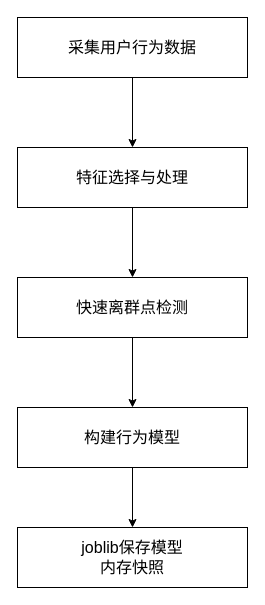
This is testDirectory/行为基线模型训练流程图.drawio from Moose1273/-, a draw.io file, before an edit. Source tidied: cells renumbered, new cells numbered last; positions are measured from the earlier drawing's top-left corner, leaving out a move shared by most shapes. Both pictures are drawn from the tidied source at 100%, with x=0, y=0 at pixel (17, 17).
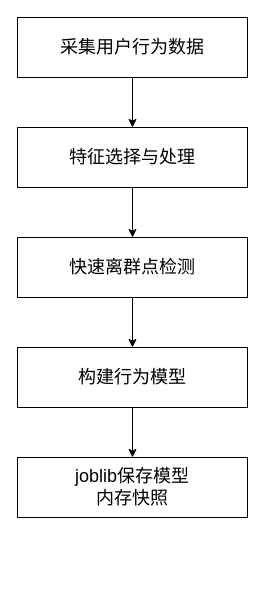
Above is the later version.

Commit message:
更新行为基线模型训练流程图.drawio

The edit, as a diff of the source:
```diff
@@
 <mxGraphModel>
   <root>
     <mxCell id="0" />
     <mxCell id="1" parent="0" />
-    <mxCell id="2" style="edgeStyle=orthogonalEdgeStyle;rounded=0;jettySize=auto;html=1;fontSize=16;" parent="1" edge="1" source="3" target="5">
+    <mxCell id="2" style="edgeStyle=orthogonalEdgeStyle;rounded=0;jettySize=auto;html=1;fontSize=18;" parent="1" edge="1" source="3" target="5">
       <mxGeometry relative="1" as="geometry" />
     </mxCell>
-    <mxCell id="3" value="采集用户行为数据" style="rounded=0;whiteSpace=wrap;html=1;fontSize=16;" parent="1" vertex="1">
+    <mxCell id="3" value="采集用户行为数据" style="rounded=0;whiteSpace=wrap;html=1;fontSize=18;" parent="1" vertex="1">
       <mxGeometry width="230" height="60" as="geometry" />
     </mxCell>
-    <mxCell id="4" style="edgeStyle=orthogonalEdgeStyle;rounded=0;jettySize=auto;html=1;fontSize=16;" parent="1" edge="1" source="5" target="7">
+    <mxCell id="4" style="edgeStyle=orthogonalEdgeStyle;rounded=0;jettySize=auto;html=1;fontSize=18;" parent="1" edge="1" source="5" target="7">
       <mxGeometry relative="1" as="geometry" />
     </mxCell>
-    <mxCell id="5" value="特征选择与处理" style="rounded=0;whiteSpace=wrap;html=1;fontSize=16;" parent="1" vertex="1">
-      <mxGeometry y="130" width="230" height="60" as="geometry" />
+    <mxCell id="5" value="特征选择与处理" style="rounded=0;whiteSpace=wrap;html=1;fontSize=18;" parent="1" vertex="1">
+      <mxGeometry y="110" width="230" height="60" as="geometry" />
     </mxCell>
-    <mxCell id="6" style="edgeStyle=orthogonalEdgeStyle;rounded=0;jettySize=auto;html=1;fontSize=16;" parent="1" edge="1" source="7" target="9">
+    <mxCell id="6" style="edgeStyle=orthogonalEdgeStyle;rounded=0;jettySize=auto;html=1;fontSize=18;" parent="1" edge="1" source="7" target="9">
       <mxGeometry relative="1" as="geometry" />
     </mxCell>
-    <mxCell id="7" value="快速离群点检测" style="rounded=0;whiteSpace=wrap;html=1;fontSize=16;" parent="1" vertex="1">
-      <mxGeometry y="260" width="230" height="60" as="geometry" />
+    <mxCell id="7" value="快速离群点检测" style="rounded=0;whiteSpace=wrap;html=1;fontSize=18;" parent="1" vertex="1">
+      <mxGeometry y="220" width="230" height="60" as="geometry" />
     </mxCell>
-    <mxCell id="8" style="edgeStyle=orthogonalEdgeStyle;rounded=0;jettySize=auto;html=1;fontSize=16;" parent="1" edge="1" source="9" target="10">
+    <mxCell id="8" style="edgeStyle=orthogonalEdgeStyle;rounded=0;jettySize=auto;html=1;fontSize=18;" parent="1" edge="1" source="9" target="10">
       <mxGeometry relative="1" as="geometry" />
     </mxCell>
-    <mxCell id="9" value="构建行为模型" style="rounded=0;whiteSpace=wrap;html=1;fontSize=16;" parent="1" vertex="1">
-      <mxGeometry y="390" width="230" height="60" as="geometry" />
+    <mxCell id="9" value="构建行为模型" style="rounded=0;whiteSpace=wrap;html=1;fontSize=18;" parent="1" vertex="1">
+      <mxGeometry y="330" width="230" height="60" as="geometry" />
     </mxCell>
-    <mxCell id="10" value="joblib保存模型&lt;div style=&quot;font-size: 16px;&quot;&gt;内存快照&lt;/div&gt;" style="rounded=0;whiteSpace=wrap;html=1;fontSize=16;" parent="1" vertex="1">
-      <mxGeometry y="510" width="230" height="60" as="geometry" />
+    <mxCell id="10" value="joblib保存模型&lt;div style=&quot;font-size: 18px;&quot;&gt;内存快照&lt;/div&gt;" style="rounded=0;whiteSpace=wrap;html=1;fontSize=18;" parent="1" vertex="1">
+      <mxGeometry y="440" width="230" height="60" as="geometry" />
     </mxCell>
   </root>
 </mxGraphModel>
```
